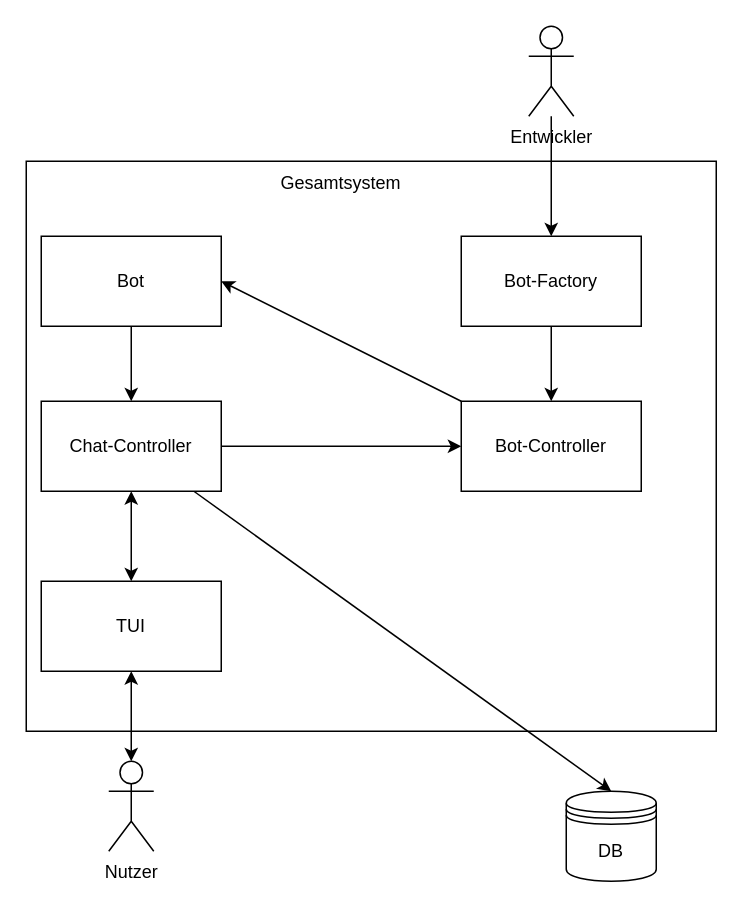
Before: documentation/Bausteinsicht.drawio in maybritlange/VERCX404, a draw.io diagram. Source tidied: cells renumbered, new cells numbered last; positions are measured from the earlier drawing's top-left corner, leaving out a move shared by most shapes. Both pictures are drawn from the tidied source at 150%, with x=0, y=0 at pixel (26, 26).
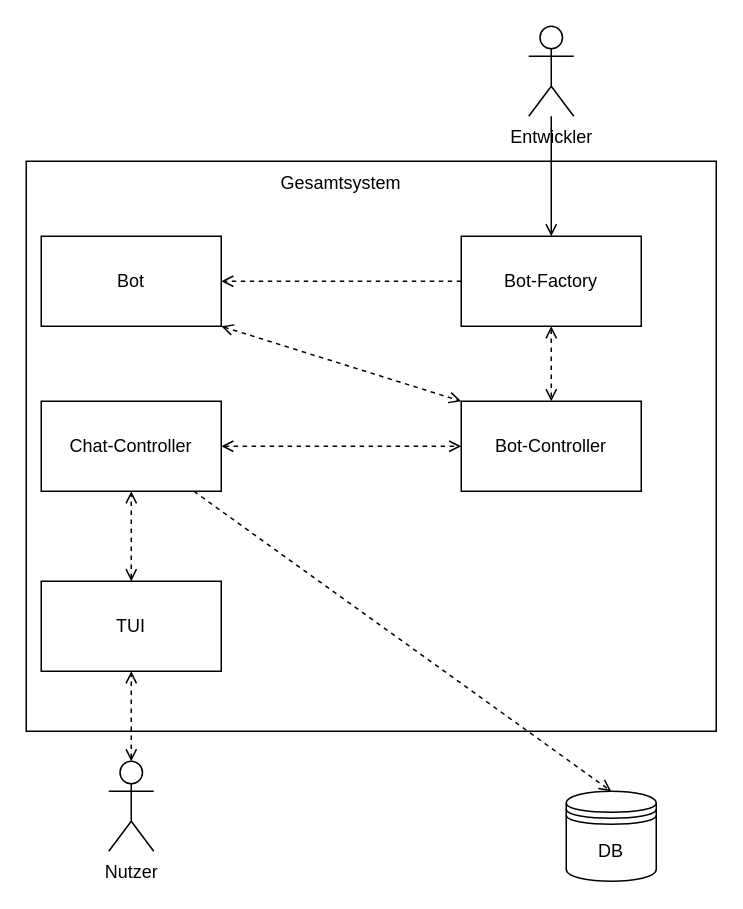
The same page after the edit.

The change refers to these unchanged cells:
```xml
<mxCell id="6" value="Chat-Controller" style="rounded=0;whiteSpace=wrap;html=1;" parent="1" vertex="1">
  <mxGeometry x="10" y="250" width="120" height="60" as="geometry" />
</mxCell>
<mxCell id="8" value="Bot-Controller" style="rounded=0;whiteSpace=wrap;html=1;" parent="1" vertex="1">
  <mxGeometry x="290" y="250" width="120" height="60" as="geometry" />
</mxCell>
<mxCell id="10" value="TUI" style="rounded=0;whiteSpace=wrap;html=1;" parent="1" vertex="1">
  <mxGeometry x="10" y="370" width="120" height="60" as="geometry" />
</mxCell>
<mxCell id="12" value="Nutzer" style="shape=umlActor;verticalLabelPosition=bottom;verticalAlign=top;html=1;outlineConnect=0;" parent="1" vertex="1">
  <mxGeometry x="55" y="490" width="30" height="60" as="geometry" />
</mxCell>
<mxCell id="14" value="Entwickler" style="shape=umlActor;verticalLabelPosition=bottom;verticalAlign=top;html=1;outlineConnect=0;" parent="1" vertex="1">
  <mxGeometry x="335" width="30" height="60" as="geometry" />
</mxCell>
<mxCell id="15" value="DB" style="shape=datastore;whiteSpace=wrap;html=1;" parent="1" vertex="1">
  <mxGeometry x="360" y="510" width="60" height="60" as="geometry" />
</mxCell>
<mxCell id="17" value="Bot" style="rounded=0;whiteSpace=wrap;html=1;" parent="1" vertex="1">
  <mxGeometry x="10" y="140" width="120" height="60" as="geometry" />
</mxCell>
<mxCell id="19" value="Bot-Factory" style="rounded=0;whiteSpace=wrap;html=1;" parent="1" vertex="1">
  <mxGeometry x="290" y="140" width="120" height="60" as="geometry" />
</mxCell>
```

The edit, as a diff of the source:
```diff
@@
-    <mxCell id="4" style="edgeStyle=none;html=1;" parent="1" edge="1" source="6" target="8">
+    <mxCell id="4" style="edgeStyle=none;html=1;startArrow=open;startFill=0;endArrow=open;endFill=0;dashed=1;" parent="1" edge="1" source="6" target="8">
       <mxGeometry relative="1" as="geometry" />
     </mxCell>
-    <mxCell id="5" style="edgeStyle=none;html=1;entryX=0.5;entryY=0;entryDx=0;entryDy=0;" parent="1" edge="1" source="6" target="15">
+    <mxCell id="5" style="edgeStyle=none;html=1;entryX=0.5;entryY=0;entryDx=0;entryDy=0;endArrow=open;endFill=0;dashed=1;" parent="1" edge="1" source="6" target="15">
       <mxGeometry relative="1" as="geometry" />
     </mxCell>
@@
-    <mxCell id="7" style="edgeStyle=none;html=1;entryX=1;entryY=0.5;entryDx=0;entryDy=0;" parent="1" edge="1" source="8" target="17">
+    <mxCell id="7" style="edgeStyle=none;html=1;entryX=1;entryY=0.5;entryDx=0;entryDy=0;exitX=0;exitY=0.5;exitDx=0;exitDy=0;dashed=1;endArrow=open;endFill=0;startArrow=none;startFill=0;" parent="1" edge="1" source="19" target="17">
       <mxGeometry relative="1" as="geometry" />
     </mxCell>
@@
-    <mxCell id="9" style="edgeStyle=none;html=1;startArrow=classic;startFill=1;" parent="1" edge="1" source="10" target="6">
+    <mxCell id="9" style="edgeStyle=none;html=1;startArrow=open;startFill=0;endArrow=open;endFill=0;dashed=1;" parent="1" edge="1" source="10" target="6">
       <mxGeometry relative="1" as="geometry" />
     </mxCell>
@@
-    <mxCell id="11" style="edgeStyle=none;html=1;startArrow=classic;startFill=1;" parent="1" edge="1" source="12" target="10">
+    <mxCell id="11" style="edgeStyle=none;html=1;startArrow=open;startFill=0;endArrow=open;endFill=0;dashed=1;" parent="1" edge="1" source="12" target="10">
       <mxGeometry relative="1" as="geometry" />
     </mxCell>
@@
-    <mxCell id="13" style="edgeStyle=none;html=1;" parent="1" edge="1" source="14" target="19">
+    <mxCell id="13" style="edgeStyle=none;html=1;endArrow=open;endFill=0;" parent="1" edge="1" source="14" target="19">
       <mxGeometry relative="1" as="geometry" />
     </mxCell>
@@
-    <mxCell id="16" style="edgeStyle=none;html=1;" parent="1" edge="1" source="17" target="6">
-      <mxGeometry relative="1" as="geometry" />
+    <mxCell id="16" style="edgeStyle=none;html=1;exitX=1;exitY=1;exitDx=0;exitDy=0;startArrow=open;startFill=0;endArrow=open;endFill=0;dashed=1;" parent="1" edge="1" source="17">
+      <mxGeometry relative="1" as="geometry">
+        <mxPoint x="290" y="250" as="targetPoint" />
+      </mxGeometry>
     </mxCell>
@@
-    <mxCell id="18" style="edgeStyle=none;html=1;" parent="1" edge="1" source="19" target="8">
+    <mxCell id="18" style="edgeStyle=none;html=1;startArrow=open;startFill=0;endArrow=open;endFill=0;dashed=1;" parent="1" edge="1" source="19" target="8">
       <mxGeometry relative="1" as="geometry" />
     </mxCell>
```
